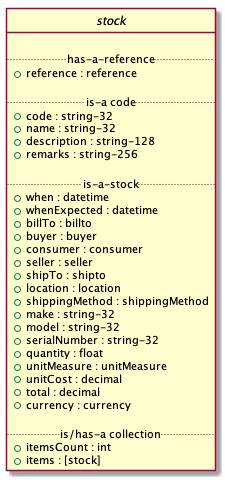
Before: images/stock-class-diagram.puml.png, a diagram exported from PlantUML (EciStg/order-placement).
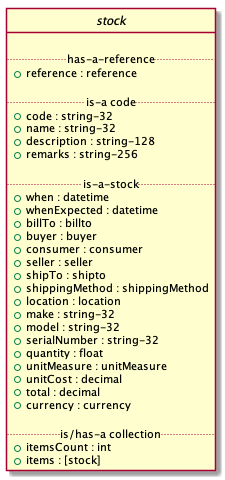
After the change.

Commit message:
fixed ordering in defition of terms to match the schema.

The edit, as a diff of the source:
```diff
@@ -20,8 +20,8 @@
 {field} + consumer : consumer
 {field} + seller : seller
 {field} + shipTo : shipto
+{field} + shippingMethod : shippingMethod
 {field} + location : location
-{field} + shippingMethod : shippingMethod
 {field} + make : string-32
 {field} + model : string-32
 {field} + serialNumber : string-32
```
